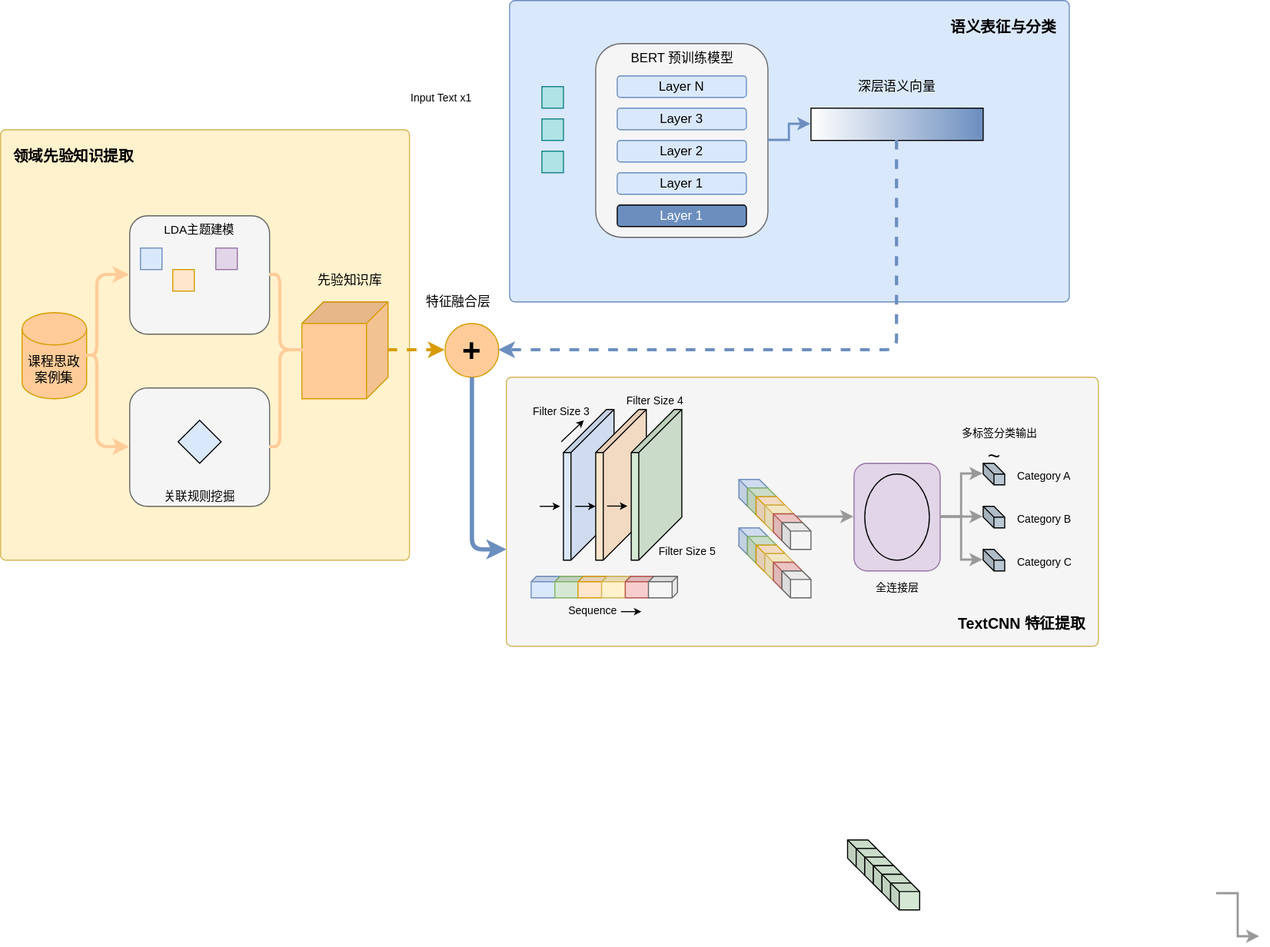
handsome-tony/picture keeps this draw.io diagram as 1.16小论文（思政元素）模型架构图.drawio.svg. Above is the earlier version. Source tidied: cells renumbered, new cells last; positions are measured from the earlier drawing's top-left corner, leaving out a move shared by most shapes.
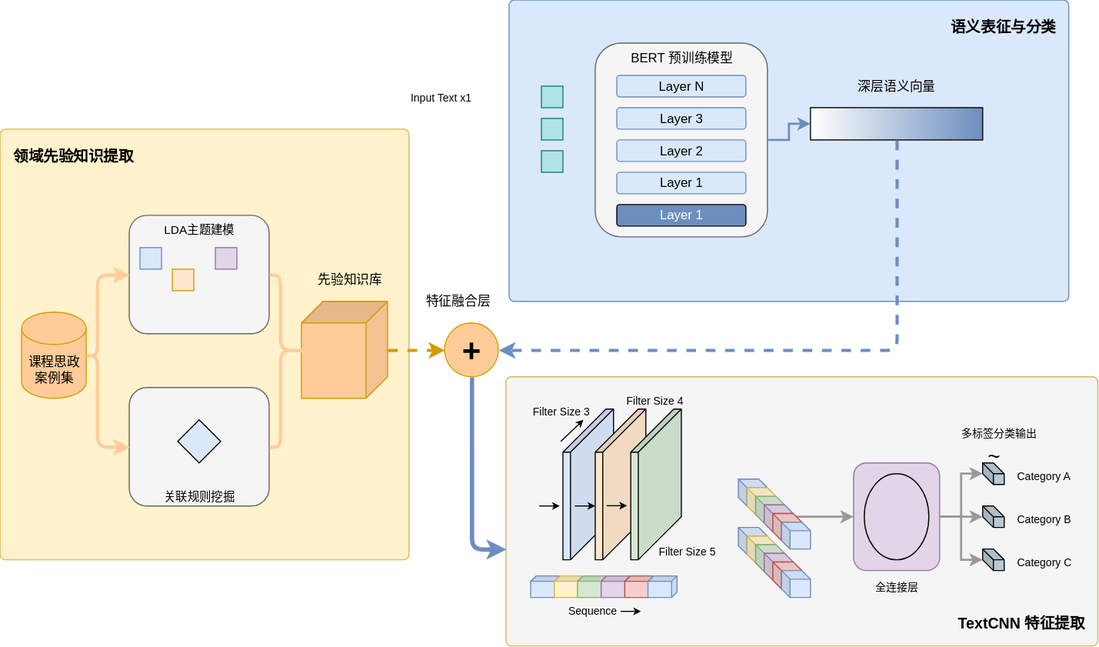
After the commit.

Commit message:
更新1.16小论文（思政元素）模型架构图.drawio.svg

Change to the diagram source:
```diff
@@ -216,19 +216,19 @@
     <mxCell id="59" style="shape=cube;whiteSpace=wrap;html=1;boundedLbl=1;backgroundOutline=1;darkOpacity=0.05;darkOpacity2=0.1;size=40;fillColor=#D5E8D4;direction=south;" parent="1" vertex="1">
       <mxGeometry x="586" y="380" width="47" height="140" as="geometry" />
     </mxCell>
-    <mxCell id="60" style="shape=cube;whiteSpace=wrap;html=1;boundedLbl=1;backgroundOutline=1;darkOpacity=0.05;darkOpacity2=0.1;size=5;fillColor=#d5e8d4;direction=south;strokeColor=#82b366;" parent="1" vertex="1">
+    <mxCell id="60" style="shape=cube;whiteSpace=wrap;html=1;boundedLbl=1;backgroundOutline=1;darkOpacity=0.05;darkOpacity2=0.1;size=5;fillColor=#fff2cc;direction=south;strokeColor=#d6b656;" parent="1" vertex="1">
       <mxGeometry x="515" y="535" width="27" height="20" as="geometry" />
     </mxCell>
-    <mxCell id="61" style="shape=cube;whiteSpace=wrap;html=1;boundedLbl=1;backgroundOutline=1;darkOpacity=0.05;darkOpacity2=0.1;size=5;fillColor=#ffe6cc;direction=south;strokeColor=#d79b00;" parent="1" vertex="1">
+    <mxCell id="61" style="shape=cube;whiteSpace=wrap;html=1;boundedLbl=1;backgroundOutline=1;darkOpacity=0.05;darkOpacity2=0.1;size=5;fillColor=#d5e8d4;direction=south;strokeColor=#82b366;" parent="1" vertex="1">
       <mxGeometry x="536.5" y="535" width="27" height="20" as="geometry" />
     </mxCell>
-    <mxCell id="62" style="shape=cube;whiteSpace=wrap;html=1;boundedLbl=1;backgroundOutline=1;darkOpacity=0.05;darkOpacity2=0.1;size=5;fillColor=#fff2cc;direction=south;strokeColor=#d6b656;" parent="1" vertex="1">
+    <mxCell id="62" style="shape=cube;whiteSpace=wrap;html=1;boundedLbl=1;backgroundOutline=1;darkOpacity=0.05;darkOpacity2=0.1;size=5;fillColor=#e1d5e7;direction=south;strokeColor=#9673a6;" parent="1" vertex="1">
       <mxGeometry x="558.5" y="535" width="27" height="20" as="geometry" />
     </mxCell>
     <mxCell id="63" style="shape=cube;whiteSpace=wrap;html=1;boundedLbl=1;backgroundOutline=1;darkOpacity=0.05;darkOpacity2=0.1;size=5;fillColor=#f8cecc;direction=south;strokeColor=#b85450;" parent="1" vertex="1">
       <mxGeometry x="580.5" y="535" width="27" height="20" as="geometry" />
     </mxCell>
-    <mxCell id="64" style="shape=cube;whiteSpace=wrap;html=1;boundedLbl=1;backgroundOutline=1;darkOpacity=0.05;darkOpacity2=0.1;size=5;fillColor=#f5f5f5;direction=south;fontColor=#333333;strokeColor=#666666;" parent="1" vertex="1">
+    <mxCell id="64" style="shape=cube;whiteSpace=wrap;html=1;boundedLbl=1;backgroundOutline=1;darkOpacity=0.05;darkOpacity2=0.1;size=5;fillColor=#dae8fc;direction=south;strokeColor=#6c8ebf;" parent="1" vertex="1">
       <mxGeometry x="602" y="535" width="27" height="20" as="geometry" />
     </mxCell>
     <mxCell id="65" value="Sequence" style="text;html=1;fontSize=10;" parent="1" vertex="1">
@@ -264,68 +264,40 @@
         <mxPoint x="542" y="390" as="targetPoint" />
       </mxGeometry>
     </mxCell>
-    <mxCell id="71" style="edgeStyle=orthogonalEdgeStyle;rounded=0;orthogonalLoop=1;jettySize=auto;html=1;strokeColor=#999999;strokeWidth=2;" parent="1" edge="1">
-      <mxGeometry relative="1" as="geometry">
-        <mxPoint x="1130" y="830" as="sourcePoint" />
-        <mxPoint x="1170" y="870" as="targetPoint" />
-        <Array as="points">
-          <mxPoint x="1150" y="830" />
-          <mxPoint x="1150" y="870" />
-        </Array>
-      </mxGeometry>
-    </mxCell>
-    <mxCell id="72" style="shape=cube;whiteSpace=wrap;html=1;boundedLbl=1;backgroundOutline=1;darkOpacity=0.05;darkOpacity2=0.1;size=8;fillColor=#d5e8d4;direction=east;" parent="1" vertex="1">
-      <mxGeometry x="787" y="780" width="27" height="25" as="geometry" />
-    </mxCell>
-    <mxCell id="73" style="shape=cube;whiteSpace=wrap;html=1;boundedLbl=1;backgroundOutline=1;darkOpacity=0.05;darkOpacity2=0.1;size=8;fillColor=#d5e8d4;direction=east;" parent="1" vertex="1">
-      <mxGeometry x="795" y="788" width="27" height="25" as="geometry" />
-    </mxCell>
-    <mxCell id="74" style="shape=cube;whiteSpace=wrap;html=1;boundedLbl=1;backgroundOutline=1;darkOpacity=0.05;darkOpacity2=0.1;size=8;fillColor=#d5e8d4;direction=east;" parent="1" vertex="1">
-      <mxGeometry x="803" y="796" width="27" height="25" as="geometry" />
-    </mxCell>
-    <mxCell id="75" style="shape=cube;whiteSpace=wrap;html=1;boundedLbl=1;backgroundOutline=1;darkOpacity=0.05;darkOpacity2=0.1;size=8;fillColor=#d5e8d4;direction=east;" parent="1" vertex="1">
-      <mxGeometry x="811" y="804" width="27" height="25" as="geometry" />
-    </mxCell>
-    <mxCell id="76" style="shape=cube;whiteSpace=wrap;html=1;boundedLbl=1;backgroundOutline=1;darkOpacity=0.05;darkOpacity2=0.1;size=8;fillColor=#d5e8d4;direction=east;" parent="1" vertex="1">
-      <mxGeometry x="819" y="812" width="27" height="25" as="geometry" />
-    </mxCell>
-    <mxCell id="77" style="shape=cube;whiteSpace=wrap;html=1;boundedLbl=1;backgroundOutline=1;darkOpacity=0.05;darkOpacity2=0.1;size=8;fillColor=#d5e8d4;direction=east;" parent="1" vertex="1">
-      <mxGeometry x="827" y="820" width="27" height="25" as="geometry" />
-    </mxCell>
     <mxCell id="78" style="shape=cube;whiteSpace=wrap;html=1;boundedLbl=1;backgroundOutline=1;darkOpacity=0.05;darkOpacity2=0.1;size=8;fillColor=#dae8fc;direction=east;strokeColor=#6c8ebf;" parent="1" vertex="1">
       <mxGeometry x="686" y="445" width="27" height="25" as="geometry" />
     </mxCell>
-    <mxCell id="79" style="shape=cube;whiteSpace=wrap;html=1;boundedLbl=1;backgroundOutline=1;darkOpacity=0.05;darkOpacity2=0.1;size=8;fillColor=#d5e8d4;direction=east;strokeColor=#82b366;" parent="1" vertex="1">
+    <mxCell id="79" style="shape=cube;whiteSpace=wrap;html=1;boundedLbl=1;backgroundOutline=1;darkOpacity=0.05;darkOpacity2=0.1;size=8;fillColor=#fff2cc;direction=east;strokeColor=#d6b656;" parent="1" vertex="1">
       <mxGeometry x="694" y="453" width="27" height="25" as="geometry" />
     </mxCell>
-    <mxCell id="80" style="shape=cube;whiteSpace=wrap;html=1;boundedLbl=1;backgroundOutline=1;darkOpacity=0.05;darkOpacity2=0.1;size=8;fillColor=#ffe6cc;direction=east;strokeColor=#d79b00;" parent="1" vertex="1">
+    <mxCell id="80" style="shape=cube;whiteSpace=wrap;html=1;boundedLbl=1;backgroundOutline=1;darkOpacity=0.05;darkOpacity2=0.1;size=8;fillColor=#d5e8d4;direction=east;strokeColor=#82b366;" parent="1" vertex="1">
       <mxGeometry x="702" y="461" width="27" height="25" as="geometry" />
     </mxCell>
-    <mxCell id="81" style="shape=cube;whiteSpace=wrap;html=1;boundedLbl=1;backgroundOutline=1;darkOpacity=0.05;darkOpacity2=0.1;size=8;fillColor=#fff2cc;direction=east;strokeColor=#d6b656;" parent="1" vertex="1">
+    <mxCell id="81" style="shape=cube;whiteSpace=wrap;html=1;boundedLbl=1;backgroundOutline=1;darkOpacity=0.05;darkOpacity2=0.1;size=8;fillColor=#e1d5e7;direction=east;strokeColor=#9673a6;" parent="1" vertex="1">
       <mxGeometry x="710" y="469" width="27" height="25" as="geometry" />
     </mxCell>
     <mxCell id="82" style="shape=cube;whiteSpace=wrap;html=1;boundedLbl=1;backgroundOutline=1;darkOpacity=0.05;darkOpacity2=0.1;size=8;fillColor=#f8cecc;direction=east;strokeColor=#b85450;" parent="1" vertex="1">
       <mxGeometry x="718" y="477" width="27" height="25" as="geometry" />
     </mxCell>
-    <mxCell id="83" style="shape=cube;whiteSpace=wrap;html=1;boundedLbl=1;backgroundOutline=1;darkOpacity=0.05;darkOpacity2=0.1;size=8;fillColor=#f5f5f5;direction=east;fontColor=#333333;strokeColor=#666666;" parent="1" vertex="1">
+    <mxCell id="83" style="shape=cube;whiteSpace=wrap;html=1;boundedLbl=1;backgroundOutline=1;darkOpacity=0.05;darkOpacity2=0.1;size=8;fillColor=#dae8fc;direction=east;strokeColor=#6c8ebf;" parent="1" vertex="1">
       <mxGeometry x="726" y="485" width="27" height="25" as="geometry" />
     </mxCell>
     <mxCell id="84" style="shape=cube;whiteSpace=wrap;html=1;boundedLbl=1;backgroundOutline=1;darkOpacity=0.05;darkOpacity2=0.1;size=8;fillColor=#dae8fc;direction=east;strokeColor=#6c8ebf;" parent="1" vertex="1">
       <mxGeometry x="686" y="490" width="27" height="25" as="geometry" />
     </mxCell>
-    <mxCell id="85" style="shape=cube;whiteSpace=wrap;html=1;boundedLbl=1;backgroundOutline=1;darkOpacity=0.05;darkOpacity2=0.1;size=8;fillColor=#d5e8d4;direction=east;strokeColor=#82b366;" parent="1" vertex="1">
+    <mxCell id="85" style="shape=cube;whiteSpace=wrap;html=1;boundedLbl=1;backgroundOutline=1;darkOpacity=0.05;darkOpacity2=0.1;size=8;fillColor=#fff2cc;direction=east;strokeColor=#d6b656;" parent="1" vertex="1">
       <mxGeometry x="694" y="498" width="27" height="25" as="geometry" />
     </mxCell>
-    <mxCell id="86" style="shape=cube;whiteSpace=wrap;html=1;boundedLbl=1;backgroundOutline=1;darkOpacity=0.05;darkOpacity2=0.1;size=8;fillColor=#ffe6cc;direction=east;strokeColor=#d79b00;" parent="1" vertex="1">
+    <mxCell id="86" style="shape=cube;whiteSpace=wrap;html=1;boundedLbl=1;backgroundOutline=1;darkOpacity=0.05;darkOpacity2=0.1;size=8;fillColor=#d5e8d4;direction=east;strokeColor=#82b366;" parent="1" vertex="1">
       <mxGeometry x="702" y="506" width="27" height="25" as="geometry" />
     </mxCell>
-    <mxCell id="87" style="shape=cube;whiteSpace=wrap;html=1;boundedLbl=1;backgroundOutline=1;darkOpacity=0.05;darkOpacity2=0.1;size=8;fillColor=#fff2cc;direction=east;strokeColor=#d6b656;" parent="1" vertex="1">
+    <mxCell id="87" style="shape=cube;whiteSpace=wrap;html=1;boundedLbl=1;backgroundOutline=1;darkOpacity=0.05;darkOpacity2=0.1;size=8;fillColor=#e1d5e7;direction=east;strokeColor=#9673a6;" parent="1" vertex="1">
       <mxGeometry x="710" y="514" width="27" height="25" as="geometry" />
     </mxCell>
     <mxCell id="88" style="shape=cube;whiteSpace=wrap;html=1;boundedLbl=1;backgroundOutline=1;darkOpacity=0.05;darkOpacity2=0.1;size=8;fillColor=#f8cecc;direction=east;strokeColor=#b85450;" parent="1" vertex="1">
       <mxGeometry x="718" y="522" width="27" height="25" as="geometry" />
     </mxCell>
-    <mxCell id="89" style="shape=cube;whiteSpace=wrap;html=1;boundedLbl=1;backgroundOutline=1;darkOpacity=0.05;darkOpacity2=0.1;size=8;fillColor=#f5f5f5;direction=east;fontColor=#333333;strokeColor=#666666;" parent="1" vertex="1">
+    <mxCell id="89" style="shape=cube;whiteSpace=wrap;html=1;boundedLbl=1;backgroundOutline=1;darkOpacity=0.05;darkOpacity2=0.1;size=8;fillColor=#dae8fc;direction=east;strokeColor=#6c8ebf;" parent="1" vertex="1">
       <mxGeometry x="726" y="530" width="27" height="25" as="geometry" />
     </mxCell>
   </root>
```
